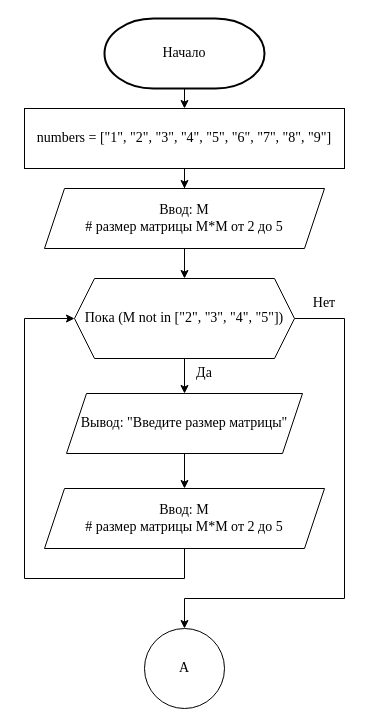
The draw.io diagram page "Страница 1" (1 of 8) of 1 курс/1 семестр/Информатика/Практические работы/12/Диаграмма 12.drawio in Kirill010/RTU-MIREA, before the edit. Source tidied: cells renumbered, new cells numbered last; positions are measured from the earlier drawing's top-left corner, leaving out a move shared by most shapes. Both pictures are drawn from the tidied source at 100%, with x=0, y=0 at pixel (24, 18).
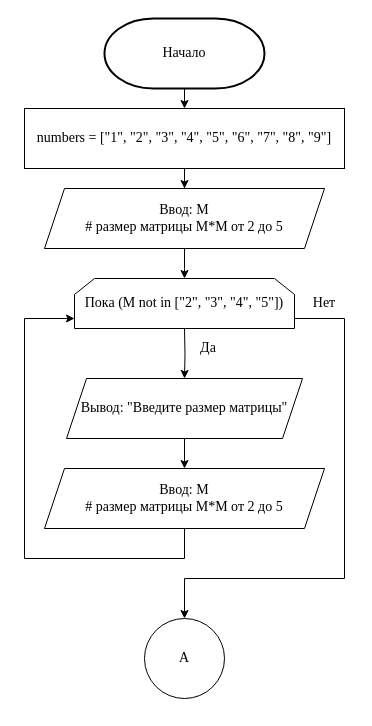
The same page after the edit.

Unchanged cells that the change refers to:
```xml
<mxCell id="7" value="Ввод: M &lt;br&gt;# размер матрицы M*M от 2 до 5" style="shape=parallelogram;perimeter=parallelogramPerimeter;whiteSpace=wrap;html=1;fixedSize=1;fontFamily=Times New Roman;fontSize=14;" parent="1" vertex="1">
  <mxGeometry x="20" y="170" width="280" height="60" as="geometry" />
</mxCell>
```

What changed in the source:
```diff
@@
-    <mxCell id="6" style="edgeStyle=orthogonalEdgeStyle;rounded=0;jettySize=auto;html=1;entryX=0.5;entryY=0;entryDx=0;entryDy=0;fontFamily=Times New Roman;fontSize=14;" parent="1" edge="1" source="7" target="10">
-      <mxGeometry relative="1" as="geometry" />
+    <mxCell id="6" style="edgeStyle=orthogonalEdgeStyle;rounded=0;jettySize=auto;html=1;entryX=0.5;entryY=0;entryDx=0;entryDy=0;fontFamily=Times New Roman;fontSize=14;" parent="1" edge="1" source="7">
+      <mxGeometry relative="1" as="geometry">
+        <mxPoint x="160" y="260" as="targetPoint" />
+      </mxGeometry>
     </mxCell>
@@
-    <mxCell id="8" style="edgeStyle=orthogonalEdgeStyle;rounded=0;jettySize=auto;html=1;entryX=0.5;entryY=0;entryDx=0;entryDy=0;fontFamily=Times New Roman;fontSize=14;" parent="1" edge="1" source="10" target="12">
-      <mxGeometry relative="1" as="geometry" />
+    <mxCell id="8" style="edgeStyle=orthogonalEdgeStyle;rounded=0;jettySize=auto;html=1;entryX=0.5;entryY=0;entryDx=0;entryDy=0;fontFamily=Times New Roman;fontSize=14;" parent="1" edge="1" target="12">
+      <mxGeometry relative="1" as="geometry">
+        <mxPoint x="160" y="310" as="sourcePoint" />
+      </mxGeometry>
     </mxCell>
-    <mxCell id="9" style="edgeStyle=orthogonalEdgeStyle;rounded=0;jettySize=auto;html=1;fontFamily=Times New Roman;fontSize=14;exitX=1;exitY=0.5;exitDx=0;exitDy=0;entryX=0.5;entryY=0;entryDx=0;entryDy=0;" parent="1" edge="1" source="10" target="15">
+    <mxCell id="9" style="edgeStyle=orthogonalEdgeStyle;rounded=0;jettySize=auto;html=1;fontFamily=Times New Roman;fontSize=14;exitX=1;exitY=0.5;exitDx=0;exitDy=0;entryX=0.5;entryY=0;entryDx=0;entryDy=0;" parent="1" edge="1" target="15">
       <mxGeometry relative="1" as="geometry">
+        <mxPoint x="270" y="300" as="sourcePoint" />
         <Array as="points">
           <mxPoint x="320" y="300" />
-          <mxPoint x="320" y="580" />
-          <mxPoint x="160" y="580" />
+          <mxPoint x="320" y="560" />
+          <mxPoint x="160" y="560" />
         </Array>
       </mxGeometry>
     </mxCell>
-    <mxCell id="10" value="Пока (M not in [&quot;2&quot;, &quot;3&quot;, &quot;4&quot;, &quot;5&quot;])" style="shape=hexagon;perimeter=hexagonPerimeter2;whiteSpace=wrap;html=1;fixedSize=1;fontFamily=Times New Roman;fontSize=14;" parent="1" vertex="1">
-      <mxGeometry x="50" y="260" width="220" height="80" as="geometry" />
-    </mxCell>
@@
     <mxCell id="12" value="Вывод: &quot;Введите размер матрицы&quot;" style="shape=parallelogram;perimeter=parallelogramPerimeter;whiteSpace=wrap;html=1;fixedSize=1;fontFamily=Times New Roman;fontSize=14;" parent="1" vertex="1">
-      <mxGeometry x="42" y="375" width="236" height="60" as="geometry" />
+      <mxGeometry x="42" y="360" width="236" height="60" as="geometry" />
     </mxCell>
-    <mxCell id="13" style="edgeStyle=orthogonalEdgeStyle;rounded=0;jettySize=auto;html=1;exitX=0.5;exitY=1;exitDx=0;exitDy=0;fontFamily=Times New Roman;fontSize=14;entryX=0;entryY=0.5;entryDx=0;entryDy=0;" parent="1" edge="1" source="14" target="10">
+    <mxCell id="13" style="edgeStyle=orthogonalEdgeStyle;rounded=0;jettySize=auto;html=1;exitX=0.5;exitY=1;exitDx=0;exitDy=0;fontFamily=Times New Roman;fontSize=14;entryX=0;entryY=0.5;entryDx=0;entryDy=0;" parent="1" edge="1" source="14">
       <mxGeometry relative="1" as="geometry">
+        <mxPoint x="50" y="300" as="targetPoint" />
         <Array as="points">
-          <mxPoint x="160" y="560" />
-          <mxPoint y="560" />
+          <mxPoint x="160" y="540" />
+          <mxPoint y="540" />
           <mxPoint y="300" />
         </Array>
       </mxGeometry>
     </mxCell>
     <mxCell id="14" value="Ввод: M &lt;br&gt;# размер матрицы M*M от 2 до 5" style="shape=parallelogram;perimeter=parallelogramPerimeter;whiteSpace=wrap;html=1;fixedSize=1;fontFamily=Times New Roman;fontSize=14;" parent="1" vertex="1">
-      <mxGeometry x="20" y="470" width="280" height="60" as="geometry" />
+      <mxGeometry x="20" y="450" width="280" height="60" as="geometry" />
     </mxCell>
     <mxCell id="15" value="A" style="ellipse;whiteSpace=wrap;html=1;fontFamily=Times New Roman;fontSize=14;" parent="1" vertex="1">
-      <mxGeometry x="120" y="610" width="80" height="80" as="geometry" />
+      <mxGeometry x="120" y="600" width="80" height="80" as="geometry" />
     </mxCell>
     <mxCell id="16" value="&lt;font style=&quot;font-size: 14px;&quot; face=&quot;Times New Roman&quot;&gt;Да&lt;br&gt;&lt;/font&gt;" style="text;html=1;strokeColor=none;fillColor=none;align=center;verticalAlign=middle;whiteSpace=wrap;rounded=0;" parent="1" vertex="1">
-      <mxGeometry x="150" y="340" width="60" height="30" as="geometry" />
+      <mxGeometry x="154" y="315" width="60" height="30" as="geometry" />
     </mxCell>
@@
+    <mxCell id="10" value="&lt;span style=&quot;font-family: &amp;quot;Times New Roman&amp;quot;; font-size: 14px;&quot;&gt;Пока (M not in [&quot;2&quot;, &quot;3&quot;, &quot;4&quot;, &quot;5&quot;])&lt;/span&gt;" style="shape=loopLimit;whiteSpace=wrap;html=1;" parent="1" vertex="1">
+      <mxGeometry x="50" y="260" width="220" height="50" as="geometry" />
+    </mxCell>
```
